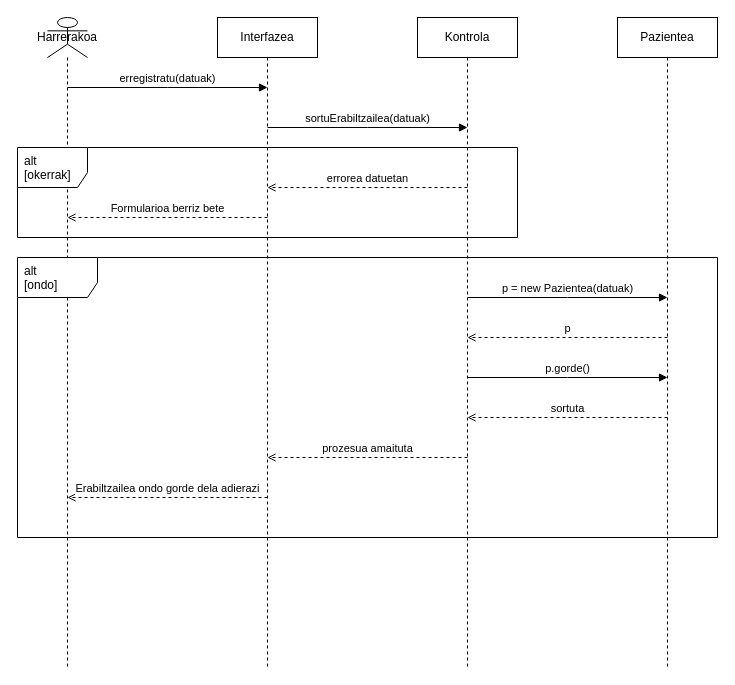
Before: sekuentzia_diagramak/2_erabiltzailea_sortu.drawio in AnderUrienGoierri/GOsasunERRONKA, a draw.io diagram. Source tidied: cells renumbered, new cells numbered last; positions are measured from the earlier drawing's top-left corner, leaving out a move shared by most shapes. Both pictures are drawn from the tidied source at 100%, with x=0, y=0 at pixel (17, 17).
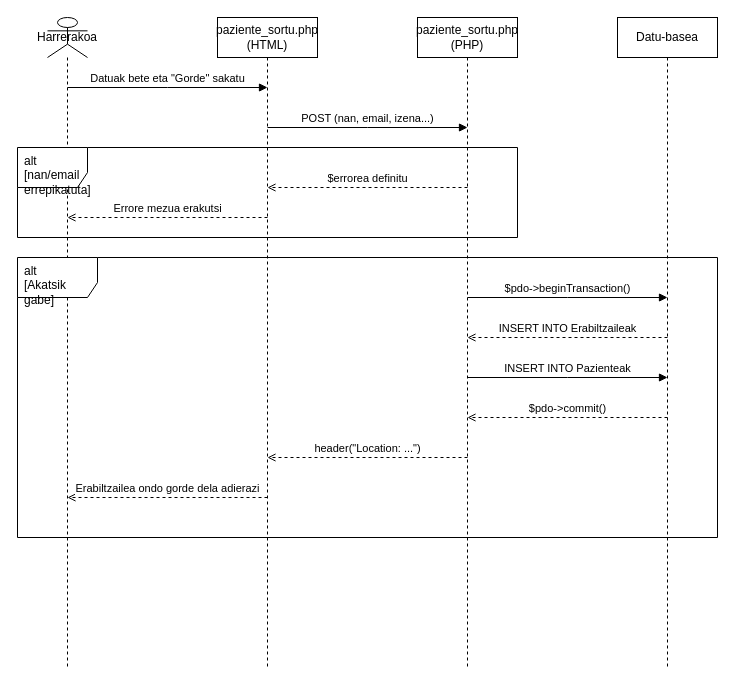
The same page after the edit.

Diff of the diagram source:
```diff
@@
-    <mxCell id="3" value="Interfazea" style="shape=umlLifeline;perimeter=lifelinePerimeter;whiteSpace=wrap;html=1;" parent="1" vertex="1">
+    <mxCell id="3" value="paziente_sortu.php (HTML)" style="shape=umlLifeline;perimeter=lifelinePerimeter;whiteSpace=wrap;html=1;" parent="1" vertex="1">
       <mxGeometry x="200" width="100" height="650" as="geometry" />
     </mxCell>
-    <mxCell id="4" value="Kontrola" style="shape=umlLifeline;perimeter=lifelinePerimeter;whiteSpace=wrap;html=1;" parent="1" vertex="1">
+    <mxCell id="4" value="paziente_sortu.php (PHP)" style="shape=umlLifeline;perimeter=lifelinePerimeter;whiteSpace=wrap;html=1;" parent="1" vertex="1">
       <mxGeometry x="400" width="100" height="650" as="geometry" />
     </mxCell>
-    <mxCell id="5" value="Pazientea" style="shape=umlLifeline;perimeter=lifelinePerimeter;whiteSpace=wrap;html=1;" parent="1" vertex="1">
+    <mxCell id="5" value="Datu-basea" style="shape=umlLifeline;perimeter=lifelinePerimeter;whiteSpace=wrap;html=1;" parent="1" vertex="1">
       <mxGeometry x="600" width="100" height="650" as="geometry" />
     </mxCell>
-    <mxCell id="6" value="erregistratu(datuak)" style="html=1;verticalAlign=bottom;endArrow=block;edgeStyle=elbowEdgeStyle;elbow=vertical;rounded=0;" parent="1" edge="1">
+    <mxCell id="6" value="Datuak bete eta &quot;Gorde&quot; sakatu" style="html=1;verticalAlign=bottom;endArrow=block;edgeStyle=elbowEdgeStyle;elbow=vertical;rounded=0;" parent="1" edge="1">
       <mxGeometry relative="1" as="geometry">
         <mxPoint x="50" y="70" as="sourcePoint" />
         <mxPoint x="250" y="70" as="targetPoint" />
       </mxGeometry>
     </mxCell>
-    <mxCell id="7" value="sortuErabiltzailea(datuak)" style="html=1;verticalAlign=bottom;endArrow=block;edgeStyle=elbowEdgeStyle;elbow=vertical;rounded=0;" parent="1" edge="1">
+    <mxCell id="7" value="POST (nan, email, izena...)" style="html=1;verticalAlign=bottom;endArrow=block;edgeStyle=elbowEdgeStyle;elbow=vertical;rounded=0;" parent="1" edge="1">
       <mxGeometry relative="1" as="geometry">
         <mxPoint x="250" y="110" as="sourcePoint" />
         <mxPoint x="450" y="110" as="targetPoint" />
       </mxGeometry>
     </mxCell>
-    <mxCell id="8" value="alt&#10;[okerrak]" style="shape=umlFrame;whiteSpace=wrap;html=1;width=70;height=40;boundedLbl=1;verticalAlign=top;align=left;spacingLeft=5;" parent="1" vertex="1">
+    <mxCell id="8" value="alt&#10;[nan/email errepikatuta]" style="shape=umlFrame;whiteSpace=wrap;html=1;width=70;height=40;boundedLbl=1;verticalAlign=top;align=left;spacingLeft=5;" parent="1" vertex="1">
       <mxGeometry y="130" width="500" height="90" as="geometry" />
     </mxCell>
-    <mxCell id="9" value="errorea datuetan" style="html=1;verticalAlign=bottom;endArrow=open;edgeStyle=elbowEdgeStyle;elbow=vertical;rounded=0;dashed=1;" parent="1" edge="1">
+    <mxCell id="9" value="$errorea definitu" style="html=1;verticalAlign=bottom;endArrow=open;edgeStyle=elbowEdgeStyle;elbow=vertical;rounded=0;dashed=1;" parent="1" edge="1">
       <mxGeometry relative="1" as="geometry">
         <mxPoint x="450" y="170" as="sourcePoint" />
         <mxPoint x="250" y="170" as="targetPoint" />
       </mxGeometry>
     </mxCell>
-    <mxCell id="10" value="Formularioa berriz bete" style="html=1;verticalAlign=bottom;endArrow=open;edgeStyle=elbowEdgeStyle;elbow=vertical;rounded=0;dashed=1;" parent="1" edge="1">
+    <mxCell id="10" value="Errore mezua erakutsi" style="html=1;verticalAlign=bottom;endArrow=open;edgeStyle=elbowEdgeStyle;elbow=vertical;rounded=0;dashed=1;" parent="1" edge="1">
       <mxGeometry relative="1" as="geometry">
         <mxPoint x="250" y="200" as="sourcePoint" />
         <mxPoint x="50" y="200" as="targetPoint" />
       </mxGeometry>
     </mxCell>
-    <mxCell id="11" value="alt&#10;[ondo]" style="shape=umlFrame;whiteSpace=wrap;html=1;width=80;height=40;boundedLbl=1;verticalAlign=top;align=left;spacingLeft=5;" parent="1" vertex="1">
+    <mxCell id="11" value="alt&#10;[Akatsik gabe]" style="shape=umlFrame;whiteSpace=wrap;html=1;width=80;height=40;boundedLbl=1;verticalAlign=top;align=left;spacingLeft=5;" parent="1" vertex="1">
       <mxGeometry y="240" width="700" height="280" as="geometry" />
     </mxCell>
-    <mxCell id="12" value="p = new Pazientea(datuak)" style="html=1;verticalAlign=bottom;endArrow=block;edgeStyle=elbowEdgeStyle;elbow=vertical;rounded=0;" parent="1" edge="1">
+    <mxCell id="12" value="$pdo-&gt;beginTransaction()" style="html=1;verticalAlign=bottom;endArrow=block;edgeStyle=elbowEdgeStyle;elbow=vertical;rounded=0;" parent="1" edge="1">
       <mxGeometry relative="1" as="geometry">
         <mxPoint x="450" y="280" as="sourcePoint" />
         <mxPoint x="650" y="280" as="targetPoint" />
       </mxGeometry>
     </mxCell>
-    <mxCell id="13" value="p" style="html=1;verticalAlign=bottom;endArrow=open;edgeStyle=elbowEdgeStyle;elbow=vertical;rounded=0;dashed=1;" parent="1" edge="1">
+    <mxCell id="13" value="INSERT INTO Erabiltzaileak" style="html=1;verticalAlign=bottom;endArrow=open;edgeStyle=elbowEdgeStyle;elbow=vertical;rounded=0;dashed=1;" parent="1" edge="1">
       <mxGeometry relative="1" as="geometry">
         <mxPoint x="650" y="320" as="sourcePoint" />
         <mxPoint x="450" y="320" as="targetPoint" />
       </mxGeometry>
     </mxCell>
-    <mxCell id="14" value="p.gorde()" style="html=1;verticalAlign=bottom;endArrow=block;edgeStyle=elbowEdgeStyle;elbow=vertical;rounded=0;" parent="1" edge="1">
+    <mxCell id="14" value="INSERT INTO Pazienteak" style="html=1;verticalAlign=bottom;endArrow=block;edgeStyle=elbowEdgeStyle;elbow=vertical;rounded=0;" parent="1" edge="1">
       <mxGeometry relative="1" as="geometry">
         <mxPoint x="450" y="360" as="sourcePoint" />
         <mxPoint x="650" y="360" as="targetPoint" />
       </mxGeometry>
     </mxCell>
-    <mxCell id="15" value="sortuta" style="html=1;verticalAlign=bottom;endArrow=open;edgeStyle=elbowEdgeStyle;elbow=vertical;rounded=0;dashed=1;" parent="1" edge="1">
+    <mxCell id="15" value="$pdo-&gt;commit()" style="html=1;verticalAlign=bottom;endArrow=open;edgeStyle=elbowEdgeStyle;elbow=vertical;rounded=0;dashed=1;" parent="1" edge="1">
       <mxGeometry relative="1" as="geometry">
         <mxPoint x="650" y="400" as="sourcePoint" />
         <mxPoint x="450" y="400" as="targetPoint" />
       </mxGeometry>
     </mxCell>
-    <mxCell id="16" value="prozesua amaituta" style="html=1;verticalAlign=bottom;endArrow=open;edgeStyle=elbowEdgeStyle;elbow=vertical;rounded=0;dashed=1;" parent="1" edge="1">
+    <mxCell id="16" value="header(&quot;Location: ...&quot;)" style="html=1;verticalAlign=bottom;endArrow=open;edgeStyle=elbowEdgeStyle;elbow=vertical;rounded=0;dashed=1;" parent="1" edge="1">
       <mxGeometry relative="1" as="geometry">
         <mxPoint x="450" y="440" as="sourcePoint" />
         <mxPoint x="250" y="440" as="targetPoint" />
       </mxGeometry>
     </mxCell>
```
